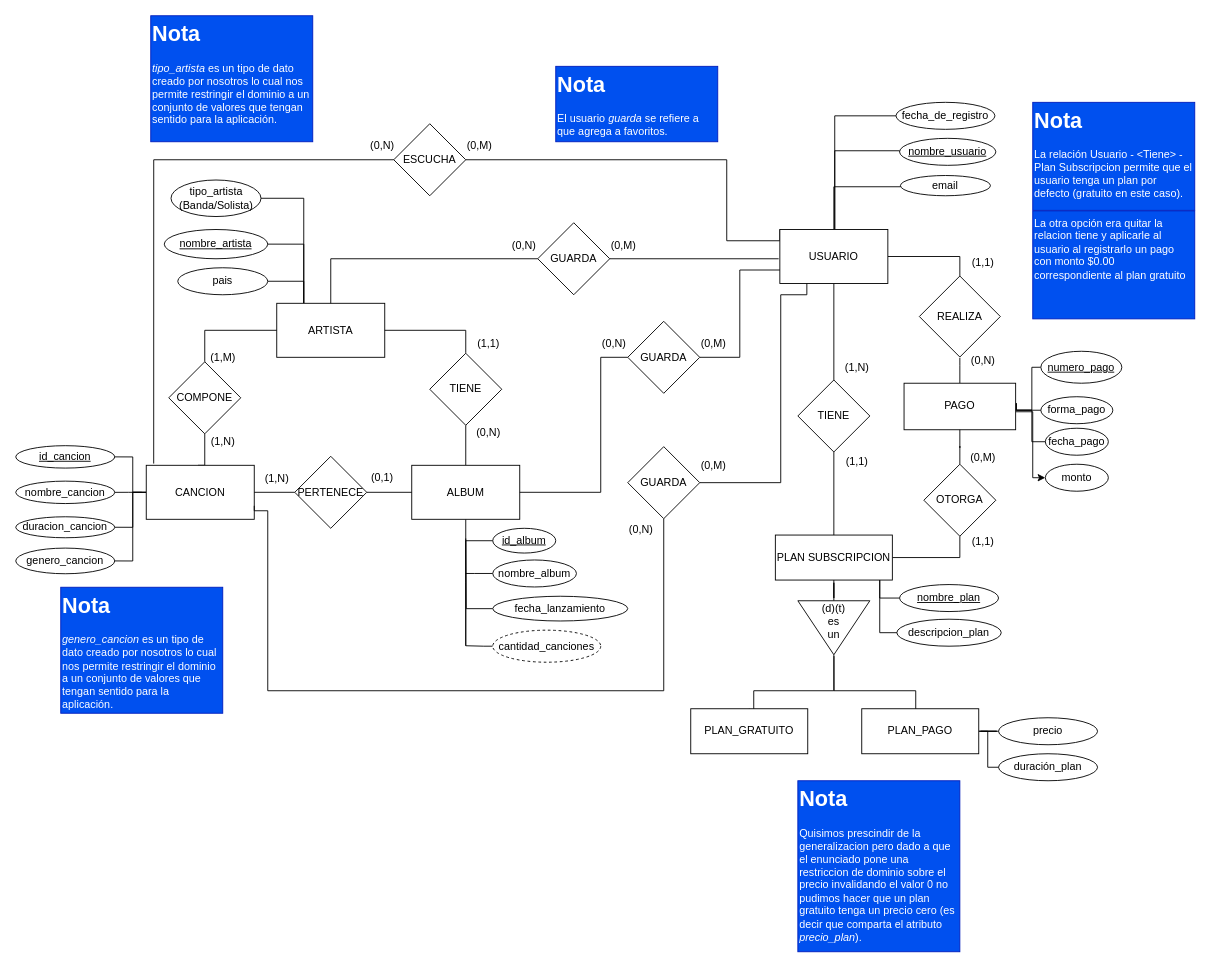
Earlier version of the draw.io diagram TP_Musica.drawio (NachoSco/TP_BDD). Source tidied: cells renumbered, new cells numbered last; positions are measured from the earlier drawing's top-left corner, leaving out a move shared by most shapes. Both pictures are drawn from the tidied source at 90%, with x=0, y=0 at pixel (15, 15).
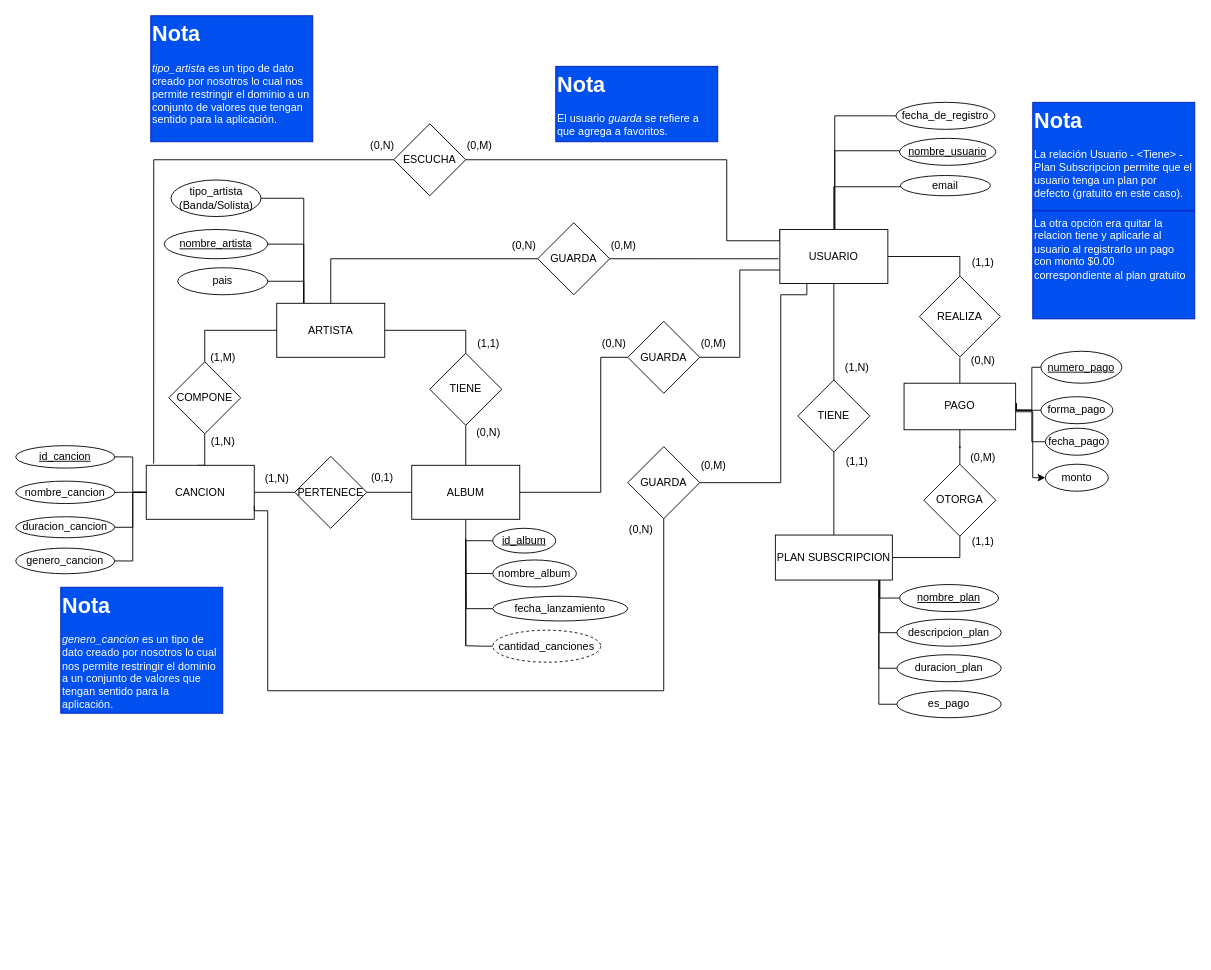
After the change.

The change refers to these unchanged cells:
```xml
<mxCell id="18" value="PLAN SUBSCRIPCION" style="rounded=0;whiteSpace=wrap;html=1;" parent="1" vertex="1">
  <mxGeometry x="844" y="577" width="130" height="50" as="geometry" />
</mxCell>
```

Diff of the diagram source:
```diff
@@
-    <mxCell id="15" style="edgeStyle=orthogonalEdgeStyle;rounded=0;jettySize=auto;html=1;entryX=0;entryY=0.5;entryDx=0;entryDy=0;endArrow=none;startFill=0;" parent="1" edge="1" source="18" target="110">
-      <mxGeometry relative="1" as="geometry" />
-    </mxCell>
@@
+    <mxCell id="116" style="edgeStyle=orthogonalEdgeStyle;rounded=0;jettySize=auto;html=1;entryX=0;entryY=0.5;entryDx=0;entryDy=0;endArrow=none;startFill=0;" parent="1" edge="1" source="18" target="118">
+      <mxGeometry relative="1" as="geometry">
+        <Array as="points">
+          <mxPoint x="959" y="725" />
+        </Array>
+      </mxGeometry>
+    </mxCell>
+    <mxCell id="117" style="edgeStyle=orthogonalEdgeStyle;rounded=0;jettySize=auto;html=1;entryX=0;entryY=0.5;entryDx=0;entryDy=0;endArrow=none;startFill=0;" parent="1" edge="1" source="18" target="119">
+      <mxGeometry relative="1" as="geometry">
+        <Array as="points">
+          <mxPoint x="959" y="765" />
+        </Array>
+      </mxGeometry>
+    </mxCell>
@@
-    <mxCell id="51" value="precio" style="ellipse;whiteSpace=wrap;html=1;" parent="1" vertex="1">
-      <mxGeometry x="1092" y="780" width="110" height="30" as="geometry" />
-    </mxCell>
@@
-    <mxCell id="100" value="duración_plan" style="ellipse;whiteSpace=wrap;html=1;" parent="1" vertex="1">
-      <mxGeometry x="1092" y="820" width="110" height="30" as="geometry" />
-    </mxCell>
@@
-    <mxCell id="108" style="edgeStyle=orthogonalEdgeStyle;rounded=0;jettySize=auto;html=1;entryX=0.5;entryY=0;entryDx=0;entryDy=0;endArrow=none;startFill=0;exitX=1.025;exitY=0.498;exitDx=0;exitDy=0;exitPerimeter=0;" parent="1" edge="1" source="110">
-      <mxGeometry relative="1" as="geometry">
-        <mxPoint x="996" y="780" as="targetPoint" />
-        <Array as="points">
-          <mxPoint x="909" y="750" />
-          <mxPoint x="1000" y="750" />
-          <mxPoint x="1000" y="780" />
-        </Array>
-      </mxGeometry>
-    </mxCell>
-    <mxCell id="109" style="edgeStyle=orthogonalEdgeStyle;rounded=0;jettySize=auto;html=1;entryX=0.5;entryY=0;entryDx=0;entryDy=0;endArrow=none;startFill=0;exitX=1;exitY=0.5;exitDx=0;exitDy=0;" parent="1" edge="1" source="110" target="111">
-      <mxGeometry relative="1" as="geometry">
-        <Array as="points">
-          <mxPoint x="909" y="750" />
-          <mxPoint x="820" y="750" />
-          <mxPoint x="820" y="780" />
-        </Array>
-      </mxGeometry>
-    </mxCell>
-    <mxCell id="110" value="&lt;div&gt;(d)(t)&lt;/div&gt;es&lt;div&gt;un&lt;/div&gt;&lt;div&gt;&lt;br&gt;&lt;/div&gt;" style="triangle;whiteSpace=wrap;html=1;direction=south;" parent="1" vertex="1">
-      <mxGeometry x="869" y="650" width="80" height="60" as="geometry" />
-    </mxCell>
-    <mxCell id="111" value="PLAN_GRATUITO" style="rounded=0;whiteSpace=wrap;html=1;" parent="1" vertex="1">
-      <mxGeometry x="750" y="770" width="130" height="50" as="geometry" />
-    </mxCell>
-    <mxCell id="112" style="edgeStyle=orthogonalEdgeStyle;rounded=0;jettySize=auto;html=1;entryX=0;entryY=0.5;entryDx=0;entryDy=0;endArrow=none;startFill=0;" parent="1" edge="1" source="114" target="51">
-      <mxGeometry relative="1" as="geometry" />
-    </mxCell>
-    <mxCell id="113" style="edgeStyle=orthogonalEdgeStyle;rounded=0;jettySize=auto;html=1;entryX=0;entryY=0.5;entryDx=0;entryDy=0;endArrow=none;startFill=0;" parent="1" edge="1" source="114" target="100">
-      <mxGeometry relative="1" as="geometry">
-        <Array as="points">
-          <mxPoint x="1080" y="795" />
-          <mxPoint x="1080" y="835" />
-        </Array>
-      </mxGeometry>
-    </mxCell>
-    <mxCell id="114" value="PLAN_PAGO" style="rounded=0;whiteSpace=wrap;html=1;" parent="1" vertex="1">
-      <mxGeometry x="940" y="770" width="130" height="50" as="geometry" />
-    </mxCell>
-    <mxCell id="115" value="&lt;h1 style=&quot;margin-top: 0px;&quot;&gt;Nota&lt;/h1&gt;&lt;p&gt;Quisimos prescindir de la generalizacion pero dado a que el enunciado pone una restriccion de dominio sobre el precio invalidando el valor 0 no pudimos hacer que un plan gratuito tenga un precio cero (es decir que comparta el atributo &lt;i&gt;precio_plan&lt;/i&gt;).&lt;/p&gt;" style="text;html=1;whiteSpace=wrap;overflow=hidden;rounded=0;fillColor=#0050ef;fontColor=#ffffff;strokeColor=#001DBC;" parent="1" vertex="1">
-      <mxGeometry x="869" y="850" width="180" height="190" as="geometry" />
-    </mxCell>
+    <mxCell id="118" value="duracion_plan" style="ellipse;whiteSpace=wrap;html=1;" parent="1" vertex="1">
+      <mxGeometry x="979" y="710" width="116" height="30" as="geometry" />
+    </mxCell>
+    <mxCell id="119" value="es_pago" style="ellipse;whiteSpace=wrap;html=1;" parent="1" vertex="1">
+      <mxGeometry x="979" y="750" width="116" height="30" as="geometry" />
+    </mxCell>
```
